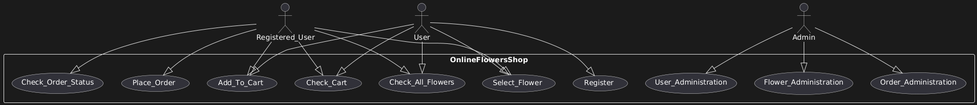
Above: Documentation/Diagram_pictures/UserCase_Diagram.png in Acieran/Django_Project (PlantUML), before the change.
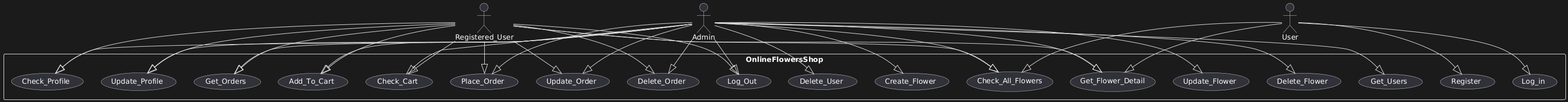
Later version of the same file.

The edit, as a diff of the source:
```diff
@@ -5,31 +5,56 @@
 
 rectangle OnlineFlowersShop {
   usecase Check_All_Flowers
-  usecase Select_Flower
+  usecase Get_Flower_Detail
   usecase Add_To_Cart
   usecase Check_Cart
+  usecase Log_in
   usecase Register
   usecase Place_Order
-  usecase Check_Order_Status
-  usecase Flower_Administration
-  usecase Order_Administration
-  usecase User_Administration
+  usecase Update_Order
+  usecase Delete_Order
+  usecase Log_Out
+  usecase Check_Profile
+  usecase Update_Profile
+  usecase Get_Orders
+  usecase Get_Users
+  usecase Delete_User
+  usecase Create_Flower
+  usecase Update_Flower
+  usecase Delete_Flower
 }
 
 User --|> Check_All_Flowers
-User --|> Select_Flower
-User --|> Add_To_Cart
-User --|> Check_Cart
+User --|> Get_Flower_Detail
 User --|> Register
+User --|> Log_in
 
 Registered_User --|> Check_All_Flowers
-Registered_User --|> Select_Flower
+Registered_User --|> Get_Flower_Detail
 Registered_User --|> Add_To_Cart
 Registered_User --|> Check_Cart
 Registered_User --|> Place_Order
-Registered_User --|> Check_Order_Status
+Registered_User --|> Update_Order
+Registered_User --|> Delete_Order
+Registered_User --|> Log_Out
+Registered_User --|> Check_Profile
+Registered_User --|> Update_Profile
+Registered_User --|> Get_Orders
 
-Admin --|> Flower_Administration
-Admin --|> Order_Administration
-Admin --|> User_Administration
+Admin --|> Check_All_Flowers
+Admin --|> Get_Flower_Detail
+Admin --|> Add_To_Cart
+Admin --|> Check_Cart
+Admin --|> Place_Order
+Admin --|> Update_Order
+Admin --|> Delete_Order
+Admin --|> Log_Out
+Admin --|> Check_Profile
+Admin --|> Update_Profile
+Admin --|> Get_Orders
+Admin --|> Get_Users
+Admin --|> Delete_User
+Admin --|> Create_Flower
+Admin --|> Update_Flower
+Admin --|> Delete_Flower
 @enduml
```
